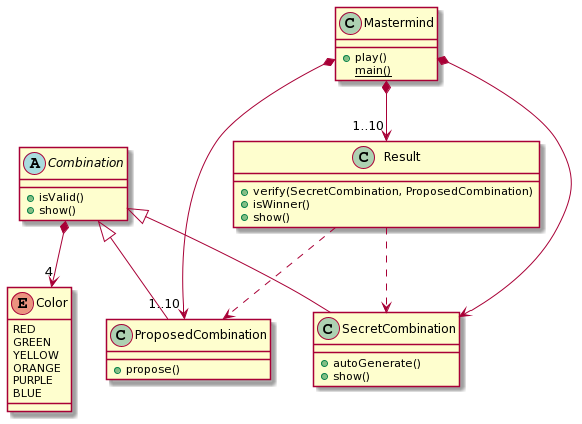
The PlantUML diagram Mastermind.png in Master-Desarrollo-20-21/ejercicio-1-relaciones-entre-clases-ajsinoga, before a commit.
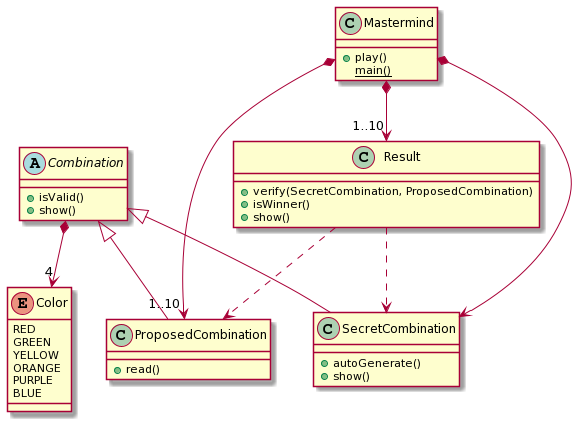
After the commit.

Commit message:
Cambio nombre método propose por read

Change to the diagram source:
```diff
@@ -16,7 +16,7 @@
 Mastermind *-down-> "1..10" ProposedCombination
 class ProposedCombination
 {
-+propose()
++read()
 }
 
 abstract class Combination
```
